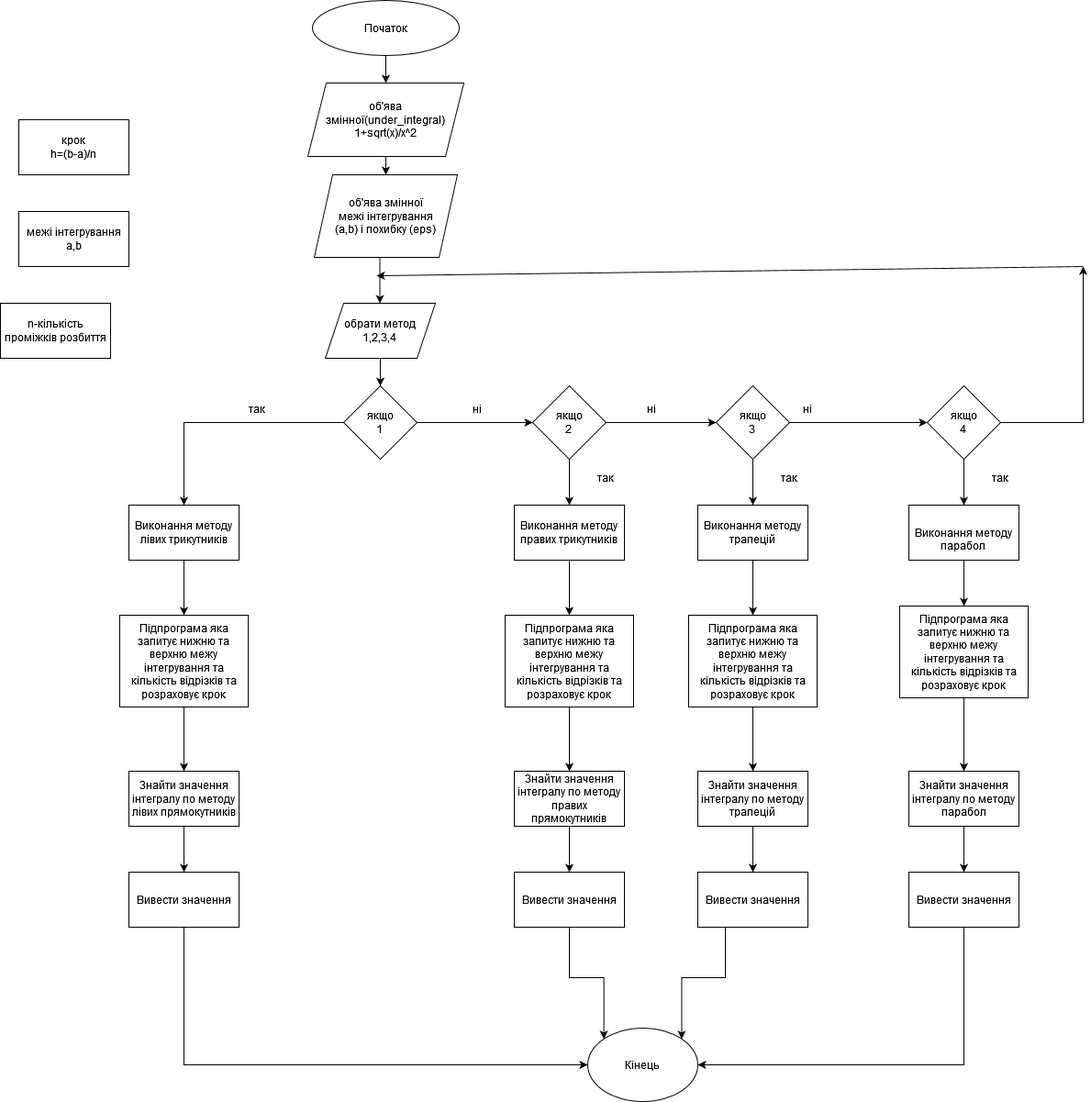
Above: Луцкевич_Володимир_РЕ-12_Схема_.drawio.png in VolodymyrLutskevych-PE-12/Lab_2_Volodymyr-Lutskevych_PE-12_-1- (draw.io), before the change. Source tidied: cells renumbered, new cells last; positions are measured from the earlier drawing's top-left corner, leaving out a move shared by most shapes. Its diagram source:
```xml
<mxGraphModel>
  <root>
    <mxCell id="0" />
    <mxCell id="1" parent="0" />
    <mxCell id="2" style="edgeStyle=orthogonalEdgeStyle;rounded=0;jettySize=auto;html=1;exitX=0.5;exitY=1;exitDx=0;exitDy=0;entryX=0.5;entryY=0;entryDx=0;entryDy=0;" parent="1" edge="1" source="3" target="9">
      <mxGeometry relative="1" as="geometry" />
    </mxCell>
    <mxCell id="3" value="Початок" style="ellipse;whiteSpace=wrap;html=1;" parent="1" vertex="1">
      <mxGeometry x="340" width="160" height="60" as="geometry" />
    </mxCell>
    <mxCell id="4" style="edgeStyle=orthogonalEdgeStyle;rounded=0;orthogonalLoop=1;jettySize=auto;html=1;exitX=0.5;exitY=1;exitDx=0;exitDy=0;" parent="1" edge="1">
      <mxGeometry relative="1" as="geometry">
        <mxPoint x="413.5" y="280" as="sourcePoint" />
        <mxPoint x="413.5" y="330" as="targetPoint" />
      </mxGeometry>
    </mxCell>
    <mxCell id="5" value="n-кількість проміжків розбиття" style="rounded=0;whiteSpace=wrap;html=1;" parent="1" vertex="1">
      <mxGeometry y="330" width="120" height="60" as="geometry" />
    </mxCell>
    <mxCell id="6" value="&lt;div&gt;межі інтегрування &lt;/div&gt;a,b" style="rounded=0;whiteSpace=wrap;html=1;" parent="1" vertex="1">
      <mxGeometry x="20" y="230" width="120" height="60" as="geometry" />
    </mxCell>
    <mxCell id="7" value="&lt;div&gt;крок&lt;/div&gt;&lt;div&gt;h=(b-a)/n&lt;br&gt;&lt;/div&gt;" style="rounded=0;whiteSpace=wrap;html=1;" parent="1" vertex="1">
      <mxGeometry x="20" y="130" width="120" height="60" as="geometry" />
    </mxCell>
    <mxCell id="8" style="edgeStyle=orthogonalEdgeStyle;rounded=0;jettySize=auto;html=1;exitX=0.5;exitY=1;exitDx=0;exitDy=0;" parent="1" edge="1" source="9" target="10">
      <mxGeometry relative="1" as="geometry" />
    </mxCell>
    <mxCell id="9" value="&lt;div&gt;об'ява змінної(under_integral)&lt;/div&gt;&lt;div&gt;1+sqrt(x)/x^2&lt;br&gt;&lt;/div&gt;" style="shape=parallelogram;perimeter=parallelogramPerimeter;whiteSpace=wrap;html=1;fixedSize=1;" parent="1" vertex="1">
      <mxGeometry x="335" y="90" width="170" height="80" as="geometry" />
    </mxCell>
    <mxCell id="10" value="об'ява змінної &lt;div&gt;межі інтегрування &lt;/div&gt;(a,b) і похибку (eps) " style="shape=parallelogram;perimeter=parallelogramPerimeter;whiteSpace=wrap;html=1;fixedSize=1;" parent="1" vertex="1">
      <mxGeometry x="342" y="190" width="156" height="90" as="geometry" />
    </mxCell>
    <mxCell id="11" style="edgeStyle=orthogonalEdgeStyle;rounded=0;jettySize=auto;html=1;exitX=0.5;exitY=1;exitDx=0;exitDy=0;entryX=0.5;entryY=0;entryDx=0;entryDy=0;" parent="1" edge="1" source="12" target="15">
      <mxGeometry relative="1" as="geometry" />
    </mxCell>
    <mxCell id="12" value="&lt;br&gt;&lt;div&gt;обрати метод&lt;/div&gt;1,2,3,4&lt;br&gt;&lt;br&gt;" style="shape=parallelogram;perimeter=parallelogramPerimeter;whiteSpace=wrap;html=1;fixedSize=1;" parent="1" vertex="1">
      <mxGeometry x="354" y="330" width="120" height="60" as="geometry" />
    </mxCell>
    <mxCell id="13" style="edgeStyle=orthogonalEdgeStyle;rounded=0;jettySize=auto;html=1;exitX=0;exitY=0.5;exitDx=0;exitDy=0;" parent="1" edge="1" source="15" target="17">
      <mxGeometry relative="1" as="geometry" />
    </mxCell>
    <mxCell id="14" style="edgeStyle=orthogonalEdgeStyle;rounded=0;jettySize=auto;html=1;exitX=1;exitY=0.5;exitDx=0;exitDy=0;" parent="1" edge="1" source="15">
      <mxGeometry relative="1" as="geometry">
        <mxPoint x="580" y="460" as="targetPoint" />
      </mxGeometry>
    </mxCell>
    <mxCell id="15" value="&lt;div&gt;якщо&lt;/div&gt;&lt;div&gt;1&lt;br&gt;&lt;/div&gt;" style="rhombus;whiteSpace=wrap;html=1;" parent="1" vertex="1">
      <mxGeometry x="374" y="420" width="80" height="80" as="geometry" />
    </mxCell>
    <mxCell id="16" style="edgeStyle=orthogonalEdgeStyle;rounded=0;jettySize=auto;html=1;exitX=0.5;exitY=1;exitDx=0;exitDy=0;" parent="1" edge="1" source="17" target="38">
      <mxGeometry relative="1" as="geometry" />
    </mxCell>
    <mxCell id="17" value="Виконання методу лівих трикутників" style="rounded=0;whiteSpace=wrap;html=1;" parent="1" vertex="1">
      <mxGeometry x="140" y="550" width="120" height="60" as="geometry" />
    </mxCell>
    <mxCell id="18" style="edgeStyle=orthogonalEdgeStyle;rounded=0;jettySize=auto;html=1;exitX=1;exitY=0.5;exitDx=0;exitDy=0;entryX=0;entryY=0.5;entryDx=0;entryDy=0;" parent="1" edge="1" source="20" target="23">
      <mxGeometry relative="1" as="geometry" />
    </mxCell>
    <mxCell id="19" style="edgeStyle=orthogonalEdgeStyle;rounded=0;jettySize=auto;html=1;exitX=0.5;exitY=1;exitDx=0;exitDy=0;entryX=0.5;entryY=0;entryDx=0;entryDy=0;" parent="1" edge="1" source="20" target="32">
      <mxGeometry relative="1" as="geometry" />
    </mxCell>
    <mxCell id="20" value="&lt;div&gt;якщо&lt;/div&gt;&lt;div&gt;2&lt;br&gt;&lt;/div&gt;" style="rhombus;whiteSpace=wrap;html=1;" parent="1" vertex="1">
      <mxGeometry x="580" y="420" width="80" height="80" as="geometry" />
    </mxCell>
    <mxCell id="21" style="edgeStyle=orthogonalEdgeStyle;rounded=0;jettySize=auto;html=1;exitX=1;exitY=0.5;exitDx=0;exitDy=0;" parent="1" edge="1" source="23" target="26">
      <mxGeometry relative="1" as="geometry" />
    </mxCell>
    <mxCell id="22" style="edgeStyle=orthogonalEdgeStyle;rounded=0;jettySize=auto;html=1;exitX=0.5;exitY=1;exitDx=0;exitDy=0;entryX=0.5;entryY=0;entryDx=0;entryDy=0;" parent="1" edge="1" source="23" target="34">
      <mxGeometry relative="1" as="geometry" />
    </mxCell>
    <mxCell id="23" value="&lt;div&gt;якщо&lt;/div&gt;&lt;div&gt;3&lt;br&gt;&lt;/div&gt;" style="rhombus;whiteSpace=wrap;html=1;" parent="1" vertex="1">
      <mxGeometry x="780" y="420" width="80" height="80" as="geometry" />
    </mxCell>
    <mxCell id="24" style="edgeStyle=orthogonalEdgeStyle;rounded=0;jettySize=auto;html=1;exitX=0.5;exitY=1;exitDx=0;exitDy=0;entryX=0.5;entryY=0;entryDx=0;entryDy=0;" parent="1" edge="1" source="26" target="36">
      <mxGeometry relative="1" as="geometry" />
    </mxCell>
    <mxCell id="25" style="edgeStyle=orthogonalEdgeStyle;rounded=0;jettySize=auto;html=1;exitX=1;exitY=0.5;exitDx=0;exitDy=0;" parent="1" edge="1" source="26">
      <mxGeometry relative="1" as="geometry">
        <mxPoint x="1180" y="290" as="targetPoint" />
      </mxGeometry>
    </mxCell>
    <mxCell id="26" value="&lt;div&gt;якщо&lt;/div&gt;&lt;div&gt;4&lt;br&gt;&lt;/div&gt;" style="rhombus;whiteSpace=wrap;html=1;" parent="1" vertex="1">
      <mxGeometry x="1010" y="420" width="80" height="80" as="geometry" />
    </mxCell>
    <mxCell id="27" value="так" style="text;html=1;strokeColor=none;fillColor=none;align=center;verticalAlign=middle;whiteSpace=wrap;rounded=0;" parent="1" vertex="1">
      <mxGeometry x="250" y="430" width="60" height="30" as="geometry" />
    </mxCell>
    <mxCell id="28" value="ні" style="text;html=1;strokeColor=none;fillColor=none;align=center;verticalAlign=middle;whiteSpace=wrap;rounded=0;" parent="1" vertex="1">
      <mxGeometry x="490" y="430" width="60" height="30" as="geometry" />
    </mxCell>
    <mxCell id="29" value="ні" style="text;html=1;strokeColor=none;fillColor=none;align=center;verticalAlign=middle;whiteSpace=wrap;rounded=0;" parent="1" vertex="1">
      <mxGeometry x="680" y="430" width="60" height="30" as="geometry" />
    </mxCell>
    <mxCell id="30" value="ні" style="text;html=1;strokeColor=none;fillColor=none;align=center;verticalAlign=middle;whiteSpace=wrap;rounded=0;" parent="1" vertex="1">
      <mxGeometry x="850" y="430" width="60" height="30" as="geometry" />
    </mxCell>
    <mxCell id="31" style="edgeStyle=orthogonalEdgeStyle;rounded=0;jettySize=auto;html=1;exitX=0.5;exitY=1;exitDx=0;exitDy=0;" parent="1" edge="1" source="32" target="40">
      <mxGeometry relative="1" as="geometry" />
    </mxCell>
    <mxCell id="32" value="Виконання методу правих трикутників" style="rounded=0;whiteSpace=wrap;html=1;" parent="1" vertex="1">
      <mxGeometry x="560" y="550" width="120" height="60" as="geometry" />
    </mxCell>
    <mxCell id="33" style="edgeStyle=orthogonalEdgeStyle;rounded=0;jettySize=auto;html=1;exitX=0.5;exitY=1;exitDx=0;exitDy=0;" parent="1" edge="1" source="34" target="42">
      <mxGeometry relative="1" as="geometry" />
    </mxCell>
    <mxCell id="34" value="Виконання методу трапецій" style="rounded=0;whiteSpace=wrap;html=1;" parent="1" vertex="1">
      <mxGeometry x="760" y="550" width="120" height="60" as="geometry" />
    </mxCell>
    <mxCell id="35" style="edgeStyle=orthogonalEdgeStyle;rounded=0;jettySize=auto;html=1;exitX=0.5;exitY=1;exitDx=0;exitDy=0;" parent="1" edge="1" source="36" target="44">
      <mxGeometry relative="1" as="geometry" />
    </mxCell>
    <mxCell id="36" value="&lt;br&gt;Виконання методу парабол&lt;br&gt;" style="rounded=0;whiteSpace=wrap;html=1;" parent="1" vertex="1">
      <mxGeometry x="990" y="550" width="120" height="60" as="geometry" />
    </mxCell>
    <mxCell id="37" style="edgeStyle=orthogonalEdgeStyle;rounded=0;jettySize=auto;html=1;exitX=0.5;exitY=1;exitDx=0;exitDy=0;" parent="1" edge="1" source="38" target="46">
      <mxGeometry relative="1" as="geometry" />
    </mxCell>
    <mxCell id="38" value="Підпрограма яка запитує нижню та верхню межу інтегрування та кількість відрізків та розраховує крок" style="rounded=0;whiteSpace=wrap;html=1;" parent="1" vertex="1">
      <mxGeometry x="130" y="670" width="140" height="100" as="geometry" />
    </mxCell>
    <mxCell id="39" style="edgeStyle=orthogonalEdgeStyle;rounded=0;jettySize=auto;html=1;exitX=0.5;exitY=1;exitDx=0;exitDy=0;entryX=0.5;entryY=0;entryDx=0;entryDy=0;" parent="1" edge="1" source="40" target="48">
      <mxGeometry relative="1" as="geometry" />
    </mxCell>
    <mxCell id="40" value="Підпрограма яка запитує нижню та верхню межу інтегрування та кількість відрізків та розраховує крок" style="rounded=0;whiteSpace=wrap;html=1;" parent="1" vertex="1">
      <mxGeometry x="550" y="670" width="140" height="100" as="geometry" />
    </mxCell>
    <mxCell id="41" style="edgeStyle=orthogonalEdgeStyle;rounded=0;jettySize=auto;html=1;exitX=0.5;exitY=1;exitDx=0;exitDy=0;" parent="1" edge="1" source="42" target="50">
      <mxGeometry relative="1" as="geometry" />
    </mxCell>
    <mxCell id="42" value="Підпрограма яка запитує нижню та верхню межу інтегрування та кількість відрізків та розраховує крок" style="rounded=0;whiteSpace=wrap;html=1;" parent="1" vertex="1">
      <mxGeometry x="750" y="670" width="140" height="100" as="geometry" />
    </mxCell>
    <mxCell id="43" style="edgeStyle=orthogonalEdgeStyle;rounded=0;jettySize=auto;html=1;exitX=0.5;exitY=1;exitDx=0;exitDy=0;" parent="1" edge="1" source="44" target="52">
      <mxGeometry relative="1" as="geometry" />
    </mxCell>
    <mxCell id="44" value="Підпрограма яка запитує нижню та верхню межу інтегрування та кількість відрізків та розраховує крок" style="rounded=0;whiteSpace=wrap;html=1;" parent="1" vertex="1">
      <mxGeometry x="980" y="660" width="140" height="100" as="geometry" />
    </mxCell>
    <mxCell id="45" style="edgeStyle=orthogonalEdgeStyle;rounded=0;jettySize=auto;html=1;exitX=0.5;exitY=1;exitDx=0;exitDy=0;" parent="1" edge="1" source="46" target="57">
      <mxGeometry relative="1" as="geometry" />
    </mxCell>
    <mxCell id="46" value="Знайти значення інтегралу по методу лівих прямокутників " style="rounded=0;whiteSpace=wrap;html=1;" parent="1" vertex="1">
      <mxGeometry x="140" y="840" width="120" height="60" as="geometry" />
    </mxCell>
    <mxCell id="47" style="edgeStyle=orthogonalEdgeStyle;rounded=0;jettySize=auto;html=1;exitX=0.5;exitY=1;exitDx=0;exitDy=0;entryX=0.5;entryY=0;entryDx=0;entryDy=0;" parent="1" edge="1" source="48" target="59">
      <mxGeometry relative="1" as="geometry" />
    </mxCell>
    <mxCell id="48" value="Знайти значення інтегралу по методу правих прямокутників " style="rounded=0;whiteSpace=wrap;html=1;" parent="1" vertex="1">
      <mxGeometry x="560" y="840" width="120" height="60" as="geometry" />
    </mxCell>
    <mxCell id="49" style="edgeStyle=orthogonalEdgeStyle;rounded=0;jettySize=auto;html=1;exitX=0.5;exitY=1;exitDx=0;exitDy=0;entryX=0.5;entryY=0;entryDx=0;entryDy=0;" parent="1" edge="1" source="50" target="61">
      <mxGeometry relative="1" as="geometry" />
    </mxCell>
    <mxCell id="50" value="Знайти значення інтегралу по методу трапецій" style="rounded=0;whiteSpace=wrap;html=1;" parent="1" vertex="1">
      <mxGeometry x="760" y="840" width="120" height="60" as="geometry" />
    </mxCell>
    <mxCell id="51" style="edgeStyle=orthogonalEdgeStyle;rounded=0;jettySize=auto;html=1;exitX=0.5;exitY=1;exitDx=0;exitDy=0;entryX=0.5;entryY=0;entryDx=0;entryDy=0;" parent="1" edge="1" source="52" target="63">
      <mxGeometry relative="1" as="geometry" />
    </mxCell>
    <mxCell id="52" value="Знайти значення інтегралу по методу парабол" style="rounded=0;whiteSpace=wrap;html=1;" parent="1" vertex="1">
      <mxGeometry x="990" y="840" width="120" height="60" as="geometry" />
    </mxCell>
    <mxCell id="53" value="так" style="text;html=1;strokeColor=none;fillColor=none;align=center;verticalAlign=middle;whiteSpace=wrap;rounded=0;" parent="1" vertex="1">
      <mxGeometry x="630" y="505" width="60" height="30" as="geometry" />
    </mxCell>
    <mxCell id="54" value="так" style="text;html=1;strokeColor=none;fillColor=none;align=center;verticalAlign=middle;whiteSpace=wrap;rounded=0;" parent="1" vertex="1">
      <mxGeometry x="830" y="505" width="60" height="30" as="geometry" />
    </mxCell>
    <mxCell id="55" value="так" style="text;html=1;strokeColor=none;fillColor=none;align=center;verticalAlign=middle;whiteSpace=wrap;rounded=0;" parent="1" vertex="1">
      <mxGeometry x="1060" y="505" width="60" height="30" as="geometry" />
    </mxCell>
    <mxCell id="56" style="edgeStyle=orthogonalEdgeStyle;rounded=0;jettySize=auto;html=1;exitX=0.5;exitY=1;exitDx=0;exitDy=0;entryX=0;entryY=0.5;entryDx=0;entryDy=0;" parent="1" edge="1" source="57" target="64">
      <mxGeometry relative="1" as="geometry" />
    </mxCell>
    <mxCell id="57" value="Вивести значення" style="rounded=0;whiteSpace=wrap;html=1;" parent="1" vertex="1">
      <mxGeometry x="140" y="950" width="120" height="60" as="geometry" />
    </mxCell>
    <mxCell id="58" style="edgeStyle=orthogonalEdgeStyle;rounded=0;jettySize=auto;html=1;exitX=0.5;exitY=1;exitDx=0;exitDy=0;entryX=0;entryY=0;entryDx=0;entryDy=0;" parent="1" edge="1" source="59" target="64">
      <mxGeometry relative="1" as="geometry" />
    </mxCell>
    <mxCell id="59" value="Вивести значення" style="rounded=0;whiteSpace=wrap;html=1;" parent="1" vertex="1">
      <mxGeometry x="560" y="950" width="120" height="60" as="geometry" />
    </mxCell>
    <mxCell id="60" style="edgeStyle=orthogonalEdgeStyle;rounded=0;jettySize=auto;html=1;exitX=0.25;exitY=1;exitDx=0;exitDy=0;entryX=1;entryY=0;entryDx=0;entryDy=0;" parent="1" edge="1" source="61" target="64">
      <mxGeometry relative="1" as="geometry" />
    </mxCell>
    <mxCell id="61" value="Вивести значення" style="rounded=0;whiteSpace=wrap;html=1;" parent="1" vertex="1">
      <mxGeometry x="760" y="950" width="120" height="60" as="geometry" />
    </mxCell>
    <mxCell id="62" style="edgeStyle=orthogonalEdgeStyle;rounded=0;jettySize=auto;html=1;exitX=0.5;exitY=1;exitDx=0;exitDy=0;entryX=1;entryY=0.5;entryDx=0;entryDy=0;" parent="1" edge="1" source="63" target="64">
      <mxGeometry relative="1" as="geometry" />
    </mxCell>
    <mxCell id="63" value="Вивести значення" style="rounded=0;whiteSpace=wrap;html=1;" parent="1" vertex="1">
      <mxGeometry x="990" y="950" width="120" height="60" as="geometry" />
    </mxCell>
    <mxCell id="64" value="Кінець" style="ellipse;whiteSpace=wrap;html=1;" parent="1" vertex="1">
      <mxGeometry x="640" y="1120" width="120" height="80" as="geometry" />
    </mxCell>
    <mxCell id="65" style="endArrow=classic;html=1;rounded=0;" parent="1" edge="1">
      <mxGeometry relative="1" as="geometry">
        <mxPoint x="1180" y="290" as="sourcePoint" />
        <mxPoint x="410" y="300" as="targetPoint" />
      </mxGeometry>
    </mxCell>
  </root>
</mxGraphModel>
```
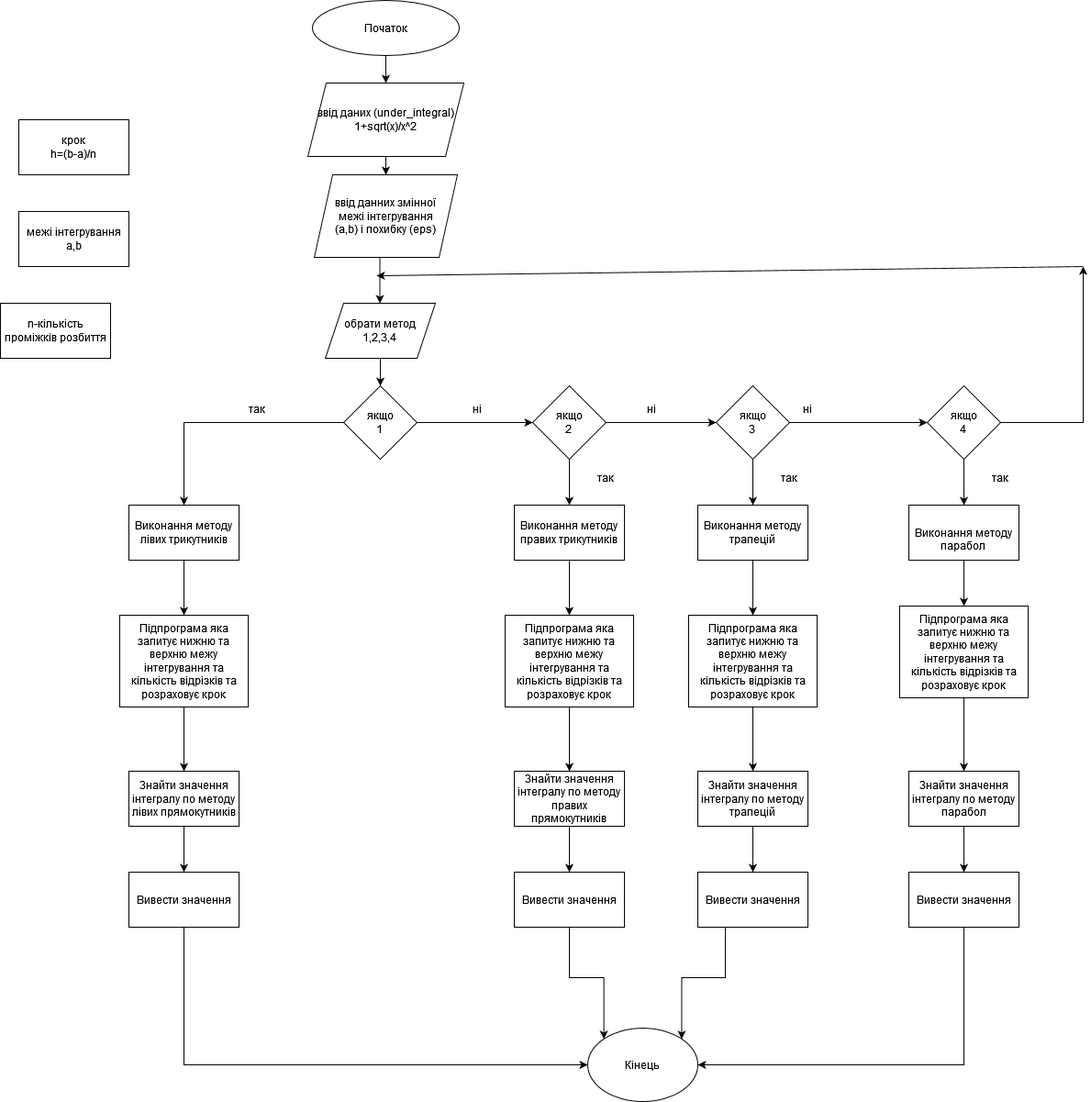
The same diagram one commit later.

The edit, as a diff of the source:
```diff
@@ -26,10 +26,10 @@
     <mxCell id="8" style="edgeStyle=orthogonalEdgeStyle;rounded=0;jettySize=auto;html=1;exitX=0.5;exitY=1;exitDx=0;exitDy=0;" parent="1" edge="1" source="9" target="10">
       <mxGeometry relative="1" as="geometry" />
     </mxCell>
-    <mxCell id="9" value="&lt;div&gt;об'ява змінної(under_integral)&lt;/div&gt;&lt;div&gt;1+sqrt(x)/x^2&lt;br&gt;&lt;/div&gt;" style="shape=parallelogram;perimeter=parallelogramPerimeter;whiteSpace=wrap;html=1;fixedSize=1;" parent="1" vertex="1">
+    <mxCell id="9" value="&lt;div&gt;ввід даних (under_integral)&lt;/div&gt;&lt;div&gt;1+sqrt(x)/x^2&lt;br&gt;&lt;/div&gt;" style="shape=parallelogram;perimeter=parallelogramPerimeter;whiteSpace=wrap;html=1;fixedSize=1;" parent="1" vertex="1">
       <mxGeometry x="335" y="90" width="170" height="80" as="geometry" />
     </mxCell>
-    <mxCell id="10" value="об'ява змінної &lt;div&gt;межі інтегрування &lt;/div&gt;(a,b) і похибку (eps) " style="shape=parallelogram;perimeter=parallelogramPerimeter;whiteSpace=wrap;html=1;fixedSize=1;" parent="1" vertex="1">
+    <mxCell id="10" value="ввід данних змінної &lt;div&gt;межі інтегрування &lt;/div&gt;(a,b) і похибку (eps) " style="shape=parallelogram;perimeter=parallelogramPerimeter;whiteSpace=wrap;html=1;fixedSize=1;" parent="1" vertex="1">
       <mxGeometry x="342" y="190" width="156" height="90" as="geometry" />
     </mxCell>
     <mxCell id="11" style="edgeStyle=orthogonalEdgeStyle;rounded=0;jettySize=auto;html=1;exitX=0.5;exitY=1;exitDx=0;exitDy=0;entryX=0.5;entryY=0;entryDx=0;entryDy=0;" parent="1" edge="1" source="12" target="15">
```
